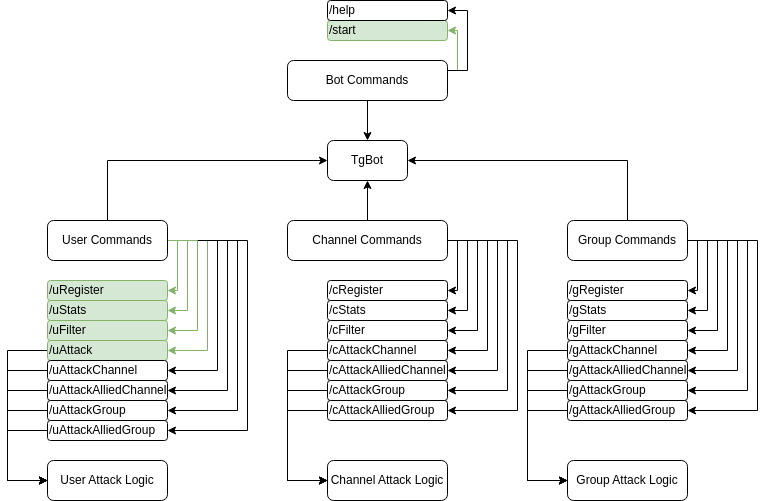
This is static/readme/meow.png from sh1chan/Sage0x0, a draw.io export, as it was before one commit. Source tidied: cells renumbered, new cells last; positions are measured from the earlier drawing's top-left corner, leaving out a move shared by most shapes.
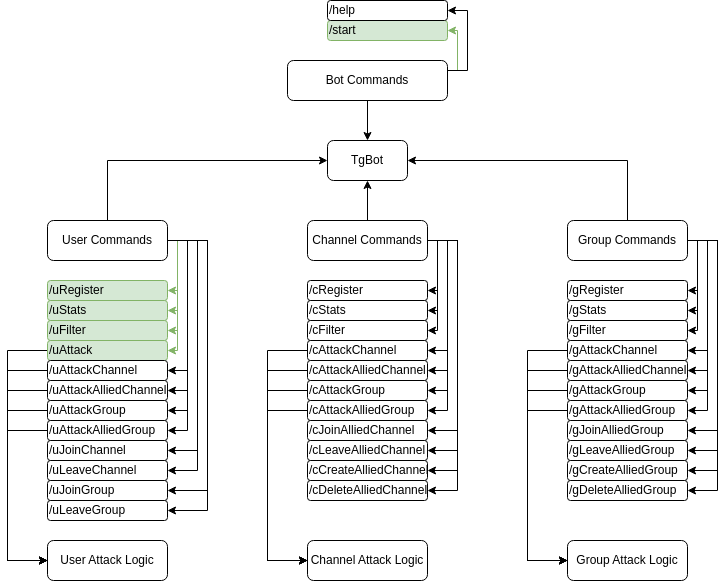
After the change.

Diff of the diagram source:
```diff
@@ -8,9 +8,9 @@
     <mxCell id="3" value="Channel Attack Logic" style="rounded=1;whiteSpace=wrap;html=1;" parent="1" vertex="1">
-      <mxGeometry x="320" y="460" width="120" height="40" as="geometry" />
+      <mxGeometry x="300" y="540" width="120" height="40" as="geometry" />
     </mxCell>
     <mxCell id="4" value="User Attack Logic" style="rounded=1;whiteSpace=wrap;html=1;" parent="1" vertex="1">
-      <mxGeometry x="40" y="460" width="120" height="40" as="geometry" />
+      <mxGeometry x="40" y="540" width="120" height="40" as="geometry" />
     </mxCell>
     <mxCell id="5" value="Group Attack Logic" style="rounded=1;whiteSpace=wrap;html=1;" parent="1" vertex="1">
-      <mxGeometry x="560" y="460" width="120" height="40" as="geometry" />
+      <mxGeometry x="560" y="540" width="120" height="40" as="geometry" />
     </mxCell>
@@ -27,4 +27,4 @@
         <Array as="points">
-          <mxPoint x="700" y="240" />
-          <mxPoint x="700" y="310" />
+          <mxPoint x="690" y="240" />
+          <mxPoint x="690" y="310" />
         </Array>
@@ -35,4 +35,4 @@
         <Array as="points">
-          <mxPoint x="720" y="240" />
-          <mxPoint x="720" y="350" />
+          <mxPoint x="700" y="240" />
+          <mxPoint x="700" y="350" />
         </Array>
@@ -43,4 +43,4 @@
         <Array as="points">
-          <mxPoint x="730" y="240" />
-          <mxPoint x="730" y="370" />
+          <mxPoint x="700" y="240" />
+          <mxPoint x="700" y="370" />
         </Array>
@@ -51,4 +51,4 @@
         <Array as="points">
-          <mxPoint x="740" y="240" />
-          <mxPoint x="740" y="390" />
+          <mxPoint x="700" y="240" />
+          <mxPoint x="700" y="390" />
         </Array>
@@ -59,4 +59,4 @@
         <Array as="points">
-          <mxPoint x="750" y="240" />
-          <mxPoint x="750" y="410" />
+          <mxPoint x="700" y="240" />
+          <mxPoint x="700" y="410" />
         </Array>
@@ -74,4 +74,4 @@
         <Array as="points">
-          <mxPoint x="710" y="240" />
-          <mxPoint x="710" y="330" />
+          <mxPoint x="690" y="240" />
+          <mxPoint x="690" y="330" />
         </Array>
@@ -79,2 +79,34 @@
     </mxCell>
+    <mxCell id="75" style="edgeStyle=orthogonalEdgeStyle;rounded=0;jettySize=auto;html=1;" parent="1" edge="1" source="14" target="97">
+      <mxGeometry relative="1" as="geometry">
+        <Array as="points">
+          <mxPoint x="710" y="240" />
+          <mxPoint x="710" y="430" />
+        </Array>
+      </mxGeometry>
+    </mxCell>
+    <mxCell id="76" style="edgeStyle=orthogonalEdgeStyle;rounded=0;jettySize=auto;html=1;" parent="1" edge="1" source="14" target="98">
+      <mxGeometry relative="1" as="geometry">
+        <Array as="points">
+          <mxPoint x="710" y="240" />
+          <mxPoint x="710" y="450" />
+        </Array>
+      </mxGeometry>
+    </mxCell>
+    <mxCell id="77" style="edgeStyle=orthogonalEdgeStyle;rounded=0;jettySize=auto;html=1;" parent="1" edge="1" source="14" target="96">
+      <mxGeometry relative="1" as="geometry">
+        <Array as="points">
+          <mxPoint x="710" y="240" />
+          <mxPoint x="710" y="470" />
+        </Array>
+      </mxGeometry>
+    </mxCell>
+    <mxCell id="78" style="edgeStyle=orthogonalEdgeStyle;rounded=0;jettySize=auto;html=1;" parent="1" edge="1" source="14" target="95">
+      <mxGeometry relative="1" as="geometry">
+        <Array as="points">
+          <mxPoint x="710" y="240" />
+          <mxPoint x="710" y="490" />
+        </Array>
+      </mxGeometry>
+    </mxCell>
     <mxCell id="14" value="Group Commands" style="whiteSpace=wrap;html=1;rounded=1;" parent="1" vertex="1">
@@ -85,4 +117,4 @@
         <Array as="points">
-          <mxPoint x="450" y="240" />
-          <mxPoint x="450" y="290" />
+          <mxPoint x="430" y="240" />
+          <mxPoint x="430" y="290" />
         </Array>
@@ -93,4 +125,4 @@
         <Array as="points">
-          <mxPoint x="460" y="240" />
-          <mxPoint x="460" y="310" />
+          <mxPoint x="430" y="240" />
+          <mxPoint x="430" y="310" />
         </Array>
@@ -101,4 +133,4 @@
         <Array as="points">
-          <mxPoint x="480" y="240" />
-          <mxPoint x="480" y="350" />
+          <mxPoint x="440" y="240" />
+          <mxPoint x="440" y="350" />
         </Array>
@@ -109,4 +141,4 @@
         <Array as="points">
-          <mxPoint x="490" y="240" />
-          <mxPoint x="490" y="370" />
+          <mxPoint x="440" y="240" />
+          <mxPoint x="440" y="370" />
         </Array>
@@ -117,4 +149,4 @@
         <Array as="points">
-          <mxPoint x="500" y="240" />
-          <mxPoint x="500" y="390" />
+          <mxPoint x="440" y="240" />
+          <mxPoint x="440" y="390" />
         </Array>
@@ -125,4 +157,4 @@
         <Array as="points">
-          <mxPoint x="510" y="240" />
-          <mxPoint x="510" y="410" />
+          <mxPoint x="440" y="240" />
+          <mxPoint x="440" y="410" />
         </Array>
@@ -136,4 +168,4 @@
         <Array as="points">
-          <mxPoint x="470" y="240" />
-          <mxPoint x="470" y="330" />
+          <mxPoint x="430" y="240" />
+          <mxPoint x="430" y="330" />
         </Array>
@@ -141,4 +173,36 @@
     </mxCell>
+    <mxCell id="79" style="edgeStyle=orthogonalEdgeStyle;rounded=0;jettySize=auto;html=1;" parent="1" edge="1" source="23" target="93">
+      <mxGeometry relative="1" as="geometry">
+        <Array as="points">
+          <mxPoint x="450" y="240" />
+          <mxPoint x="450" y="430" />
+        </Array>
+      </mxGeometry>
+    </mxCell>
+    <mxCell id="80" style="edgeStyle=orthogonalEdgeStyle;rounded=0;jettySize=auto;html=1;" parent="1" edge="1" source="23" target="94">
+      <mxGeometry relative="1" as="geometry">
+        <Array as="points">
+          <mxPoint x="450" y="240" />
+          <mxPoint x="450" y="450" />
+        </Array>
+      </mxGeometry>
+    </mxCell>
+    <mxCell id="81" style="edgeStyle=orthogonalEdgeStyle;rounded=0;jettySize=auto;html=1;" parent="1" edge="1" source="23" target="92">
+      <mxGeometry relative="1" as="geometry">
+        <Array as="points">
+          <mxPoint x="450" y="240" />
+          <mxPoint x="450" y="470" />
+        </Array>
+      </mxGeometry>
+    </mxCell>
+    <mxCell id="82" style="edgeStyle=orthogonalEdgeStyle;rounded=0;jettySize=auto;html=1;" parent="1" edge="1" source="23" target="91">
+      <mxGeometry relative="1" as="geometry">
+        <Array as="points">
+          <mxPoint x="450" y="240" />
+          <mxPoint x="450" y="490" />
+        </Array>
+      </mxGeometry>
+    </mxCell>
     <mxCell id="23" value="Channel Commands" style="rounded=1;whiteSpace=wrap;html=1;" parent="1" vertex="1">
-      <mxGeometry x="280" y="220" width="160" height="40" as="geometry" />
+      <mxGeometry x="300" y="220" width="120" height="40" as="geometry" />
     </mxCell>
@@ -155,4 +219,4 @@
         <Array as="points">
-          <mxPoint x="180" y="240" />
-          <mxPoint x="180" y="310" />
+          <mxPoint x="170" y="240" />
+          <mxPoint x="170" y="310" />
         </Array>
@@ -163,4 +227,4 @@
         <Array as="points">
-          <mxPoint x="200" y="240" />
-          <mxPoint x="200" y="350" />
+          <mxPoint x="170" y="240" />
+          <mxPoint x="170" y="350" />
         </Array>
@@ -171,4 +235,4 @@
         <Array as="points">
-          <mxPoint x="210" y="240" />
-          <mxPoint x="210" y="370" />
+          <mxPoint x="180" y="240" />
+          <mxPoint x="180" y="370" />
         </Array>
@@ -179,4 +243,4 @@
         <Array as="points">
-          <mxPoint x="220" y="240" />
-          <mxPoint x="220" y="390" />
+          <mxPoint x="180" y="240" />
+          <mxPoint x="180" y="390" />
         </Array>
@@ -187,4 +251,4 @@
         <Array as="points">
-          <mxPoint x="230" y="240" />
-          <mxPoint x="230" y="410" />
+          <mxPoint x="180" y="240" />
+          <mxPoint x="180" y="410" />
         </Array>
@@ -195,4 +259,4 @@
         <Array as="points">
-          <mxPoint x="240" y="240" />
-          <mxPoint x="240" y="430" />
+          <mxPoint x="180" y="240" />
+          <mxPoint x="180" y="430" />
         </Array>
@@ -210,4 +274,4 @@
         <Array as="points">
-          <mxPoint x="190" y="240" />
-          <mxPoint x="190" y="330" />
+          <mxPoint x="170" y="240" />
+          <mxPoint x="170" y="330" />
         </Array>
@@ -215,2 +279,34 @@
     </mxCell>
+    <mxCell id="83" style="edgeStyle=orthogonalEdgeStyle;rounded=0;jettySize=auto;html=1;" parent="1" edge="1" source="33" target="87">
+      <mxGeometry relative="1" as="geometry">
+        <Array as="points">
+          <mxPoint x="190" y="240" />
+          <mxPoint x="190" y="450" />
+        </Array>
+      </mxGeometry>
+    </mxCell>
+    <mxCell id="84" style="edgeStyle=orthogonalEdgeStyle;rounded=0;jettySize=auto;html=1;" parent="1" edge="1" source="33" target="88">
+      <mxGeometry relative="1" as="geometry">
+        <Array as="points">
+          <mxPoint x="190" y="240" />
+          <mxPoint x="190" y="470" />
+        </Array>
+      </mxGeometry>
+    </mxCell>
+    <mxCell id="85" style="edgeStyle=orthogonalEdgeStyle;rounded=0;jettySize=auto;html=1;" parent="1" edge="1" source="33" target="89">
+      <mxGeometry relative="1" as="geometry">
+        <Array as="points">
+          <mxPoint x="200" y="240" />
+          <mxPoint x="200" y="490" />
+        </Array>
+      </mxGeometry>
+    </mxCell>
+    <mxCell id="86" style="edgeStyle=orthogonalEdgeStyle;rounded=0;jettySize=auto;html=1;" parent="1" edge="1" source="33" target="90">
+      <mxGeometry relative="1" as="geometry">
+        <Array as="points">
+          <mxPoint x="200" y="240" />
+          <mxPoint x="200" y="510" />
+        </Array>
+      </mxGeometry>
+    </mxCell>
     <mxCell id="33" value="User Commands" style="whiteSpace=wrap;html=1;rounded=1;" parent="1" vertex="1">
@@ -222,3 +318,3 @@
           <mxPoint y="350" />
-          <mxPoint y="480" />
+          <mxPoint y="560" />
         </Array>
@@ -233,3 +329,3 @@
           <mxPoint y="370" />
-          <mxPoint y="480" />
+          <mxPoint y="560" />
         </Array>
@@ -244,3 +340,3 @@
           <mxPoint y="410" />
-          <mxPoint y="480" />
+          <mxPoint y="560" />
         </Array>
@@ -255,3 +351,3 @@
           <mxPoint y="390" />
-          <mxPoint y="480" />
+          <mxPoint y="560" />
         </Array>
@@ -266,3 +362,3 @@
           <mxPoint y="430" />
-          <mxPoint y="480" />
+          <mxPoint y="560" />
         </Array>
@@ -273,7 +369,7 @@
     </mxCell>
-    <mxCell id="44" style="edgeStyle=orthogonalEdgeStyle;rounded=0;jettySize=auto;html=1;entryX=0;entryY=0.5;entryDx=0;entryDy=0;" parent="1" edge="1" source="45" target="3">
+    <mxCell id="44" style="edgeStyle=orthogonalEdgeStyle;rounded=0;jettySize=auto;html=1;" parent="1" edge="1" source="45" target="3">
       <mxGeometry relative="1" as="geometry">
         <Array as="points">
-          <mxPoint x="280" y="350" />
-          <mxPoint x="280" y="480" />
+          <mxPoint x="260" y="350" />
+          <mxPoint x="260" y="560" />
         </Array>
@@ -282,3 +378,3 @@
     <mxCell id="45" value="/cAttackChannel" style="rounded=1;whiteSpace=wrap;html=1;align=left;" parent="1" vertex="1">
-      <mxGeometry x="320" y="340" width="120" height="20" as="geometry" />
+      <mxGeometry x="300" y="340" width="120" height="20" as="geometry" />
     </mxCell>
@@ -287,4 +383,4 @@
         <Array as="points">
-          <mxPoint x="280" y="370" />
-          <mxPoint x="280" y="480" />
+          <mxPoint x="260" y="370" />
+          <mxPoint x="260" y="560" />
         </Array>
@@ -293,3 +389,3 @@
     <mxCell id="47" value="/cAttackAlliedChannel" style="rounded=1;whiteSpace=wrap;html=1;align=left;" parent="1" vertex="1">
-      <mxGeometry x="320" y="360" width="120" height="20" as="geometry" />
+      <mxGeometry x="300" y="360" width="120" height="20" as="geometry" />
     </mxCell>
@@ -298,4 +394,4 @@
         <Array as="points">
-          <mxPoint x="280" y="390" />
-          <mxPoint x="280" y="480" />
+          <mxPoint x="260" y="390" />
+          <mxPoint x="260" y="560" />
         </Array>
@@ -304,3 +400,3 @@
     <mxCell id="49" value="/cAttackGroup" style="rounded=1;whiteSpace=wrap;html=1;align=left;" parent="1" vertex="1">
-      <mxGeometry x="320" y="380" width="120" height="20" as="geometry" />
+      <mxGeometry x="300" y="380" width="120" height="20" as="geometry" />
     </mxCell>
@@ -309,4 +405,4 @@
         <Array as="points">
-          <mxPoint x="280" y="410" />
-          <mxPoint x="280" y="480" />
+          <mxPoint x="260" y="410" />
+          <mxPoint x="260" y="560" />
         </Array>
@@ -315,3 +411,3 @@
     <mxCell id="51" value="/cAttackAlliedGroup" style="rounded=1;whiteSpace=wrap;html=1;align=left;" parent="1" vertex="1">
-      <mxGeometry x="320" y="400" width="120" height="20" as="geometry" />
+      <mxGeometry x="300" y="400" width="120" height="20" as="geometry" />
     </mxCell>
@@ -321,3 +417,3 @@
           <mxPoint x="520" y="350" />
-          <mxPoint x="520" y="480" />
+          <mxPoint x="520" y="560" />
         </Array>
@@ -332,3 +428,3 @@
           <mxPoint x="520" y="370" />
-          <mxPoint x="520" y="480" />
+          <mxPoint x="520" y="560" />
         </Array>
@@ -343,3 +439,3 @@
           <mxPoint x="520" y="390" />
-          <mxPoint x="520" y="480" />
+          <mxPoint x="520" y="560" />
         </Array>
@@ -354,3 +450,3 @@
           <mxPoint x="520" y="410" />
-          <mxPoint x="520" y="480" />
+          <mxPoint x="520" y="560" />
         </Array>
@@ -368,6 +464,6 @@
     <mxCell id="62" value="/cRegister" style="rounded=1;whiteSpace=wrap;html=1;align=left;" parent="1" vertex="1">
-      <mxGeometry x="320" y="280" width="120" height="20" as="geometry" />
+      <mxGeometry x="300" y="280" width="120" height="20" as="geometry" />
     </mxCell>
     <mxCell id="63" value="/cStats" style="rounded=1;whiteSpace=wrap;html=1;align=left;" parent="1" vertex="1">
-      <mxGeometry x="320" y="300" width="120" height="20" as="geometry" />
+      <mxGeometry x="300" y="300" width="120" height="20" as="geometry" />
     </mxCell>
@@ -380,3 +476,3 @@
     <mxCell id="66" value="/cFilter" style="rounded=1;whiteSpace=wrap;html=1;align=left;" parent="1" vertex="1">
-      <mxGeometry x="320" y="320" width="120" height="20" as="geometry" />
+      <mxGeometry x="300" y="320" width="120" height="20" as="geometry" />
     </mxCell>
@@ -416,2 +512,38 @@
     </mxCell>
+    <mxCell id="87" value="/uJoinChannel" style="whiteSpace=wrap;html=1;rounded=1;align=left;" parent="1" vertex="1">
+      <mxGeometry x="40" y="440" width="120" height="20" as="geometry" />
+    </mxCell>
+    <mxCell id="88" value="/uLeaveChannel" style="whiteSpace=wrap;html=1;rounded=1;align=left;" parent="1" vertex="1">
+      <mxGeometry x="40" y="460" width="120" height="20" as="geometry" />
+    </mxCell>
+    <mxCell id="89" value="/uJoinGroup" style="whiteSpace=wrap;html=1;rounded=1;align=left;" parent="1" vertex="1">
+      <mxGeometry x="40" y="480" width="120" height="20" as="geometry" />
+    </mxCell>
+    <mxCell id="90" value="/uLeaveGroup" style="whiteSpace=wrap;html=1;rounded=1;align=left;" parent="1" vertex="1">
+      <mxGeometry x="40" y="500" width="120" height="20" as="geometry" />
+    </mxCell>
+    <mxCell id="91" value="/cDeleteAlliedChannel" style="rounded=1;whiteSpace=wrap;html=1;align=left;" parent="1" vertex="1">
+      <mxGeometry x="300" y="480" width="120" height="20" as="geometry" />
+    </mxCell>
+    <mxCell id="92" value="/cCreateAlliedChannel" style="rounded=1;whiteSpace=wrap;html=1;align=left;" parent="1" vertex="1">
+      <mxGeometry x="300" y="460" width="120" height="20" as="geometry" />
+    </mxCell>
+    <mxCell id="93" value="/cJoinAlliedChannel" style="rounded=1;whiteSpace=wrap;html=1;align=left;" parent="1" vertex="1">
+      <mxGeometry x="300" y="420" width="120" height="20" as="geometry" />
+    </mxCell>
+    <mxCell id="94" value="/cLeaveAlliedChannel" style="rounded=1;whiteSpace=wrap;html=1;align=left;" parent="1" vertex="1">
+      <mxGeometry x="300" y="440" width="120" height="20" as="geometry" />
+    </mxCell>
+    <mxCell id="95" value="/gDeleteAlliedGroup" style="rounded=1;whiteSpace=wrap;html=1;align=left;" parent="1" vertex="1">
+      <mxGeometry x="560" y="480" width="120" height="20" as="geometry" />
+    </mxCell>
+    <mxCell id="96" value="/gCreateAlliedGroup" style="rounded=1;whiteSpace=wrap;html=1;align=left;" parent="1" vertex="1">
+      <mxGeometry x="560" y="460" width="120" height="20" as="geometry" />
+    </mxCell>
+    <mxCell id="97" value="/gJoinAlliedGroup" style="rounded=1;whiteSpace=wrap;html=1;align=left;" parent="1" vertex="1">
+      <mxGeometry x="560" y="420" width="120" height="20" as="geometry" />
+    </mxCell>
+    <mxCell id="98" value="/gLeaveAlliedGroup" style="rounded=1;whiteSpace=wrap;html=1;align=left;" parent="1" vertex="1">
+      <mxGeometry x="560" y="440" width="120" height="20" as="geometry" />
+    </mxCell>
   </root>
```
